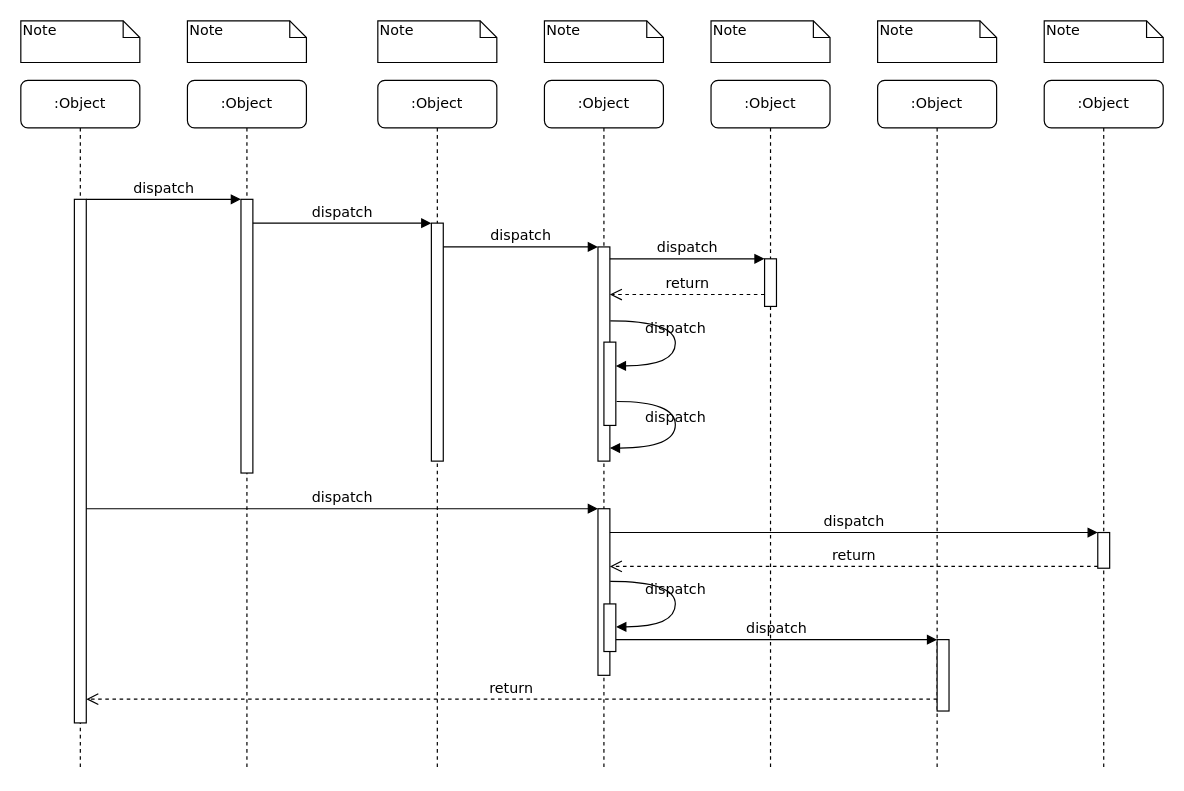
Above: Untitled Diagram.drawio in ytyszxf/angular2-webpack-starter (draw.io), before the change. Source tidied: cells renumbered, new cells numbered last; positions are measured from the earlier drawing's top-left corner, leaving out a move shared by most shapes. Both pictures are drawn from the tidied source at 119%, with x=0, y=0 at pixel (20, 20).
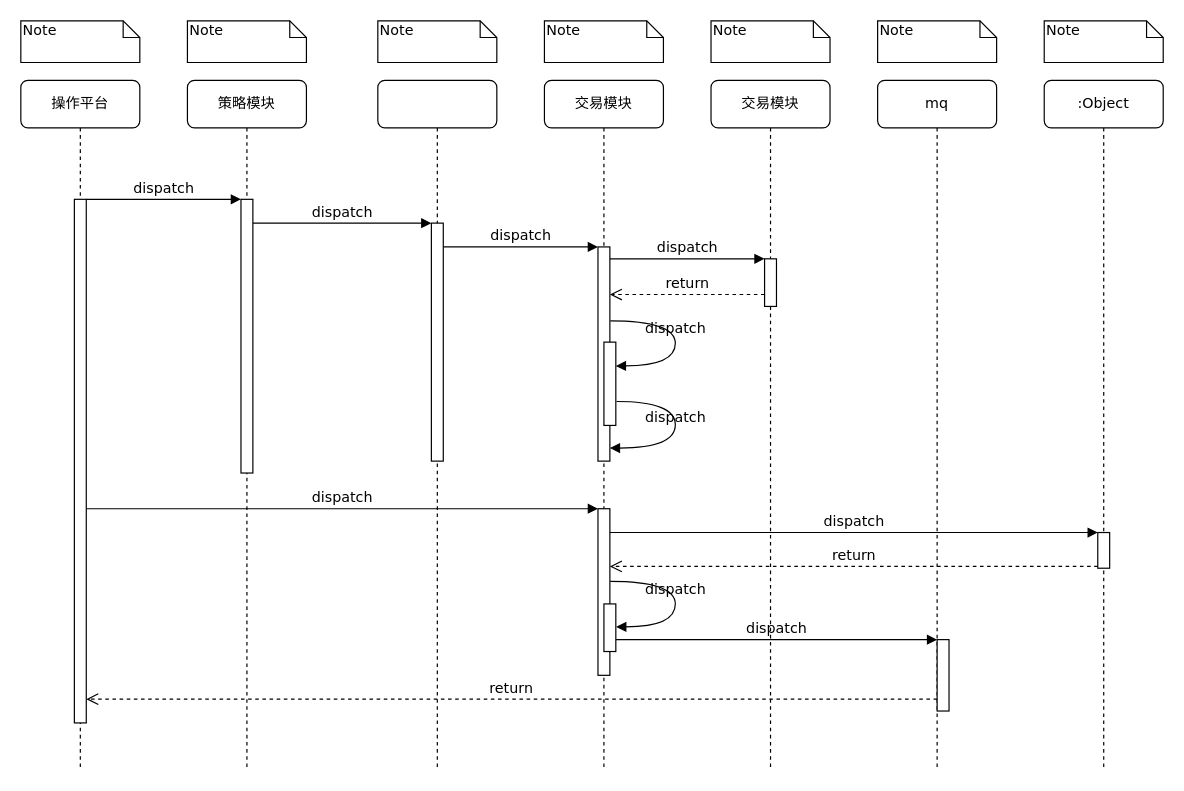
Above is the later version.

Change to the diagram source:
```diff
@@
-    <mxCell id="2" value=":Object" style="shape=umlLifeline;perimeter=lifelinePerimeter;whiteSpace=wrap;html=1;rounded=1;shadow=0;comic=0;labelBackgroundColor=none;strokeColor=#000000;strokeWidth=1;fillColor=#FFFFFF;fontFamily=Verdana;fontSize=12;fontColor=#000000;align=center;" parent="1" vertex="1">
+    <mxCell id="2" value="策略模块" style="shape=umlLifeline;perimeter=lifelinePerimeter;whiteSpace=wrap;html=1;rounded=1;shadow=0;comic=0;labelBackgroundColor=none;strokeColor=#000000;strokeWidth=1;fillColor=#FFFFFF;fontFamily=Verdana;fontSize=12;fontColor=#000000;align=center;" parent="1" vertex="1">
       <mxGeometry x="140" y="50" width="100" height="580" as="geometry" />
     </mxCell>
@@
-    <mxCell id="4" value=":Object" style="shape=umlLifeline;perimeter=lifelinePerimeter;whiteSpace=wrap;html=1;rounded=1;shadow=0;comic=0;labelBackgroundColor=none;strokeColor=#000000;strokeWidth=1;fillColor=#FFFFFF;fontFamily=Verdana;fontSize=12;fontColor=#000000;align=center;" parent="1" vertex="1">
+    <mxCell id="4" style="shape=umlLifeline;perimeter=lifelinePerimeter;whiteSpace=wrap;html=1;rounded=1;shadow=0;comic=0;labelBackgroundColor=none;strokeColor=#000000;strokeWidth=1;fillColor=#FFFFFF;fontFamily=Verdana;fontSize=12;fontColor=#000000;align=center;" parent="1" vertex="1">
       <mxGeometry x="300" y="50" width="100" height="580" as="geometry" />
     </mxCell>
@@
-    <mxCell id="6" value=":Object" style="shape=umlLifeline;perimeter=lifelinePerimeter;whiteSpace=wrap;html=1;rounded=1;shadow=0;comic=0;labelBackgroundColor=none;strokeColor=#000000;strokeWidth=1;fillColor=#FFFFFF;fontFamily=Verdana;fontSize=12;fontColor=#000000;align=center;" parent="1" vertex="1">
+    <mxCell id="6" value="交易模块" style="shape=umlLifeline;perimeter=lifelinePerimeter;whiteSpace=wrap;html=1;rounded=1;shadow=0;comic=0;labelBackgroundColor=none;strokeColor=#000000;strokeWidth=1;fillColor=#FFFFFF;fontFamily=Verdana;fontSize=12;fontColor=#000000;align=center;" parent="1" vertex="1">
       <mxGeometry x="440" y="50" width="100" height="580" as="geometry" />
     </mxCell>
-    <mxCell id="7" value=":Object" style="shape=umlLifeline;perimeter=lifelinePerimeter;whiteSpace=wrap;html=1;rounded=1;shadow=0;comic=0;labelBackgroundColor=none;strokeColor=#000000;strokeWidth=1;fillColor=#FFFFFF;fontFamily=Verdana;fontSize=12;fontColor=#000000;align=center;" parent="1" vertex="1">
+    <mxCell id="7" value="交易模块" style="shape=umlLifeline;perimeter=lifelinePerimeter;whiteSpace=wrap;html=1;rounded=1;shadow=0;comic=0;labelBackgroundColor=none;strokeColor=#000000;strokeWidth=1;fillColor=#FFFFFF;fontFamily=Verdana;fontSize=12;fontColor=#000000;align=center;" parent="1" vertex="1">
       <mxGeometry x="580" y="50" width="100" height="580" as="geometry" />
     </mxCell>
-    <mxCell id="8" value=":Object" style="shape=umlLifeline;perimeter=lifelinePerimeter;whiteSpace=wrap;html=1;rounded=1;shadow=0;comic=0;labelBackgroundColor=none;strokeColor=#000000;strokeWidth=1;fillColor=#FFFFFF;fontFamily=Verdana;fontSize=12;fontColor=#000000;align=center;" parent="1" vertex="1">
+    <mxCell id="8" value="mq" style="shape=umlLifeline;perimeter=lifelinePerimeter;whiteSpace=wrap;html=1;rounded=1;shadow=0;comic=0;labelBackgroundColor=none;strokeColor=#000000;strokeWidth=1;fillColor=#FFFFFF;fontFamily=Verdana;fontSize=12;fontColor=#000000;align=center;" parent="1" vertex="1">
       <mxGeometry x="720" y="50" width="100" height="580" as="geometry" />
     </mxCell>
@@
-    <mxCell id="10" value=":Object" style="shape=umlLifeline;perimeter=lifelinePerimeter;whiteSpace=wrap;html=1;rounded=1;shadow=0;comic=0;labelBackgroundColor=none;strokeColor=#000000;strokeWidth=1;fillColor=#FFFFFF;fontFamily=Verdana;fontSize=12;fontColor=#000000;align=center;" parent="1" vertex="1">
+    <mxCell id="10" value="操作平台" style="shape=umlLifeline;perimeter=lifelinePerimeter;whiteSpace=wrap;html=1;rounded=1;shadow=0;comic=0;labelBackgroundColor=none;strokeColor=#000000;strokeWidth=1;fillColor=#FFFFFF;fontFamily=Verdana;fontSize=12;fontColor=#000000;align=center;" parent="1" vertex="1">
       <mxGeometry y="50" width="100" height="580" as="geometry" />
     </mxCell>
```
